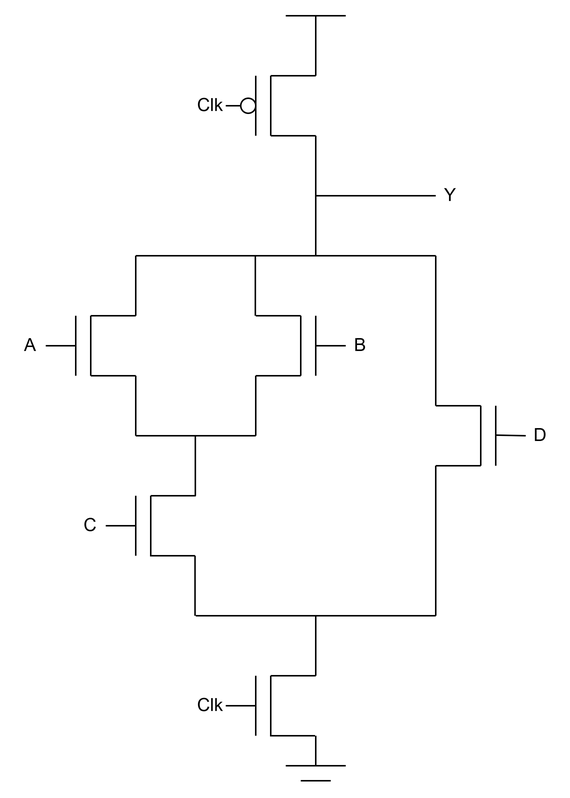
This is 4/images/problem2_domino_dynamic.png from osowatzke/ECE507_HW, a draw.io export, as it was before one commit. Source tidied: cells renumbered, new cells last; positions are measured from the earlier drawing's top-left corner, leaving out a move shared by most shapes.
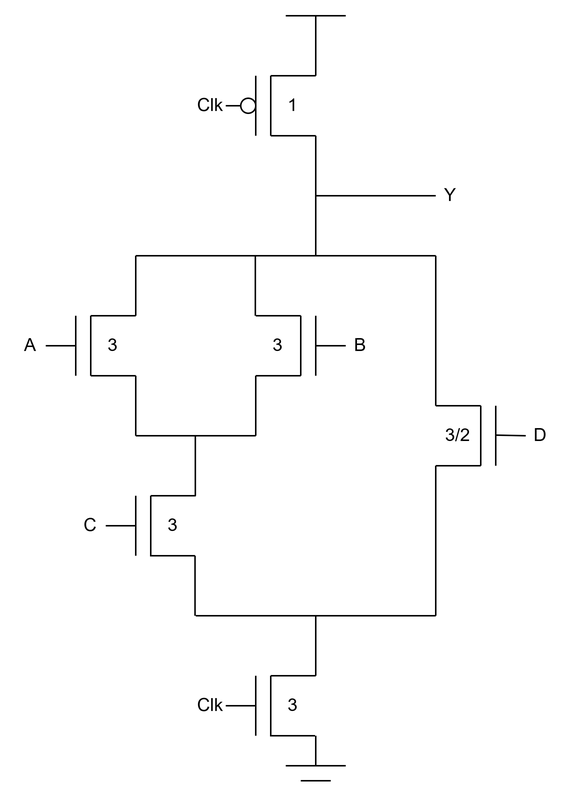
Later version of the same file.

Diff of the diagram source:
```diff
@@ -29,6 +29,9 @@
         <mxPoint x="10" y="40" as="targetPoint" />
       </mxGeometry>
     </mxCell>
+    <mxCell id="65" value="3" style="text;html=1;align=center;verticalAlign=middle;whiteSpace=wrap;rounded=0;" parent="2" vertex="1">
+      <mxGeometry x="10" y="10" width="30" height="20" as="geometry" />
+    </mxCell>
     <mxCell id="7" style="group;" parent="1" vertex="1">
       <mxGeometry x="80" y="320" width="40" height="40" as="geometry" />
     </mxCell>
@@ -77,6 +80,9 @@
         <mxPoint x="30" as="targetPoint" />
       </mxGeometry>
     </mxCell>
+    <mxCell id="66" value="3" style="text;html=1;align=center;verticalAlign=middle;whiteSpace=wrap;rounded=0;" parent="11" vertex="1">
+      <mxGeometry y="10" width="30" height="20" as="geometry" />
+    </mxCell>
     <mxCell id="16" style="endArrow=none;html=1;rounded=0;" parent="1" edge="1">
       <mxGeometry relative="1" as="geometry">
         <mxPoint x="200" y="160" as="sourcePoint" />
@@ -224,6 +230,9 @@
         <mxPoint x="30" as="targetPoint" />
       </mxGeometry>
     </mxCell>
+    <mxCell id="67" value="3/2" style="text;html=1;align=center;verticalAlign=middle;whiteSpace=wrap;rounded=0;" parent="38" vertex="1">
+      <mxGeometry y="10" width="30" height="20" as="geometry" />
+    </mxCell>
     <mxCell id="43" style="endArrow=none;html=1;rounded=0;" parent="1" edge="1">
       <mxGeometry relative="1" as="geometry">
         <mxPoint x="340" y="280" as="sourcePoint" />
@@ -281,6 +290,9 @@
     <mxCell id="53" style="ellipse;whiteSpace=wrap;html=1;" parent="48" vertex="1">
       <mxGeometry y="15" width="10" height="10" as="geometry" />
     </mxCell>
+    <mxCell id="68" value="1" style="text;html=1;align=center;verticalAlign=middle;whiteSpace=wrap;rounded=0;" parent="48" vertex="1">
+      <mxGeometry x="20" y="10" width="30" height="20" as="geometry" />
+    </mxCell>
     <mxCell id="54" style="endArrow=none;html=1;rounded=0;entryX=0;entryY=0.5;entryDx=0;entryDy=0;" parent="1" edge="1" target="53">
       <mxGeometry relative="1" as="geometry">
         <mxPoint x="140" y="60" as="sourcePoint" />
@@ -313,6 +325,9 @@
         <mxPoint x="10" as="targetPoint" />
       </mxGeometry>
     </mxCell>
+    <mxCell id="69" value="3" style="text;html=1;align=center;verticalAlign=middle;whiteSpace=wrap;rounded=0;" parent="56" vertex="1">
+      <mxGeometry x="10" y="10" width="30" height="20" as="geometry" />
+    </mxCell>
     <mxCell id="60" style="endArrow=none;html=1;rounded=0;" parent="1" edge="1">
       <mxGeometry relative="1" as="geometry">
         <mxPoint x="140" y="460" as="sourcePoint" />
@@ -337,5 +352,8 @@
     <mxCell id="64" value="Clk" style="text;html=1;align=center;verticalAlign=middle;whiteSpace=wrap;rounded=0;" parent="1" vertex="1">
       <mxGeometry x="120" y="50" width="20" height="20" as="geometry" />
     </mxCell>
+    <mxCell id="70" value="3" style="text;html=1;align=center;verticalAlign=middle;whiteSpace=wrap;rounded=0;" parent="1" vertex="1">
+      <mxGeometry x="90" y="330" width="30" height="20" as="geometry" />
+    </mxCell>
   </root>
 </mxGraphModel>
```
